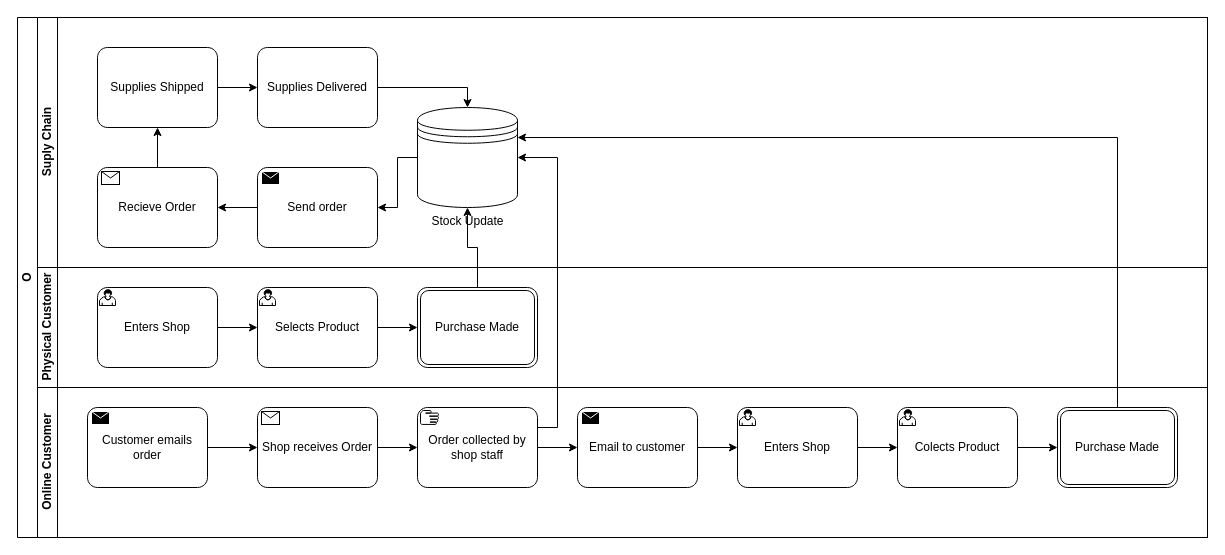
Before: SRM/TeamProject/CurrentProcess.drawio in MCollins87/MSC_EnterpriseIT, a draw.io diagram. Source tidied: cells renumbered, new cells numbered last; positions are measured from the earlier drawing's top-left corner, leaving out a move shared by most shapes. Both pictures are drawn from the tidied source at 100%, with x=0, y=0 at pixel (17, 17).
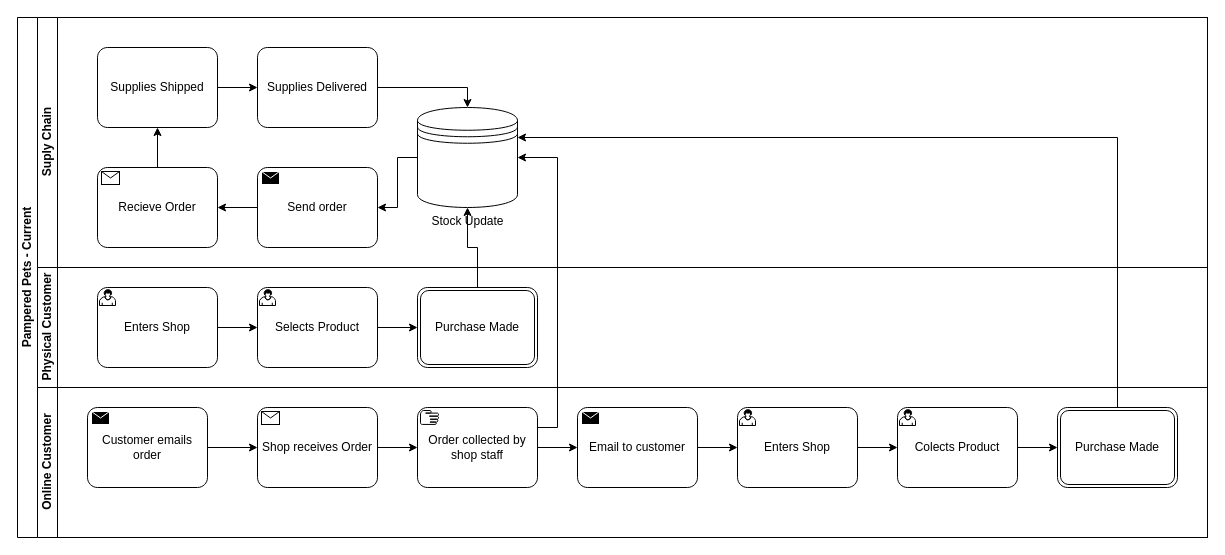
Above is the later version.

Diff of the diagram source:
```diff
@@
-    <mxCell id="2" value="O" style="swimlane;html=1;horizontal=0;startSize=20;whiteSpace=wrap;" parent="1" vertex="1">
+    <mxCell id="2" value="Pampered Pets - Current" style="swimlane;html=1;horizontal=0;startSize=20;whiteSpace=wrap;" parent="1" vertex="1">
       <mxGeometry width="1190" height="520" as="geometry" />
     </mxCell>
```
